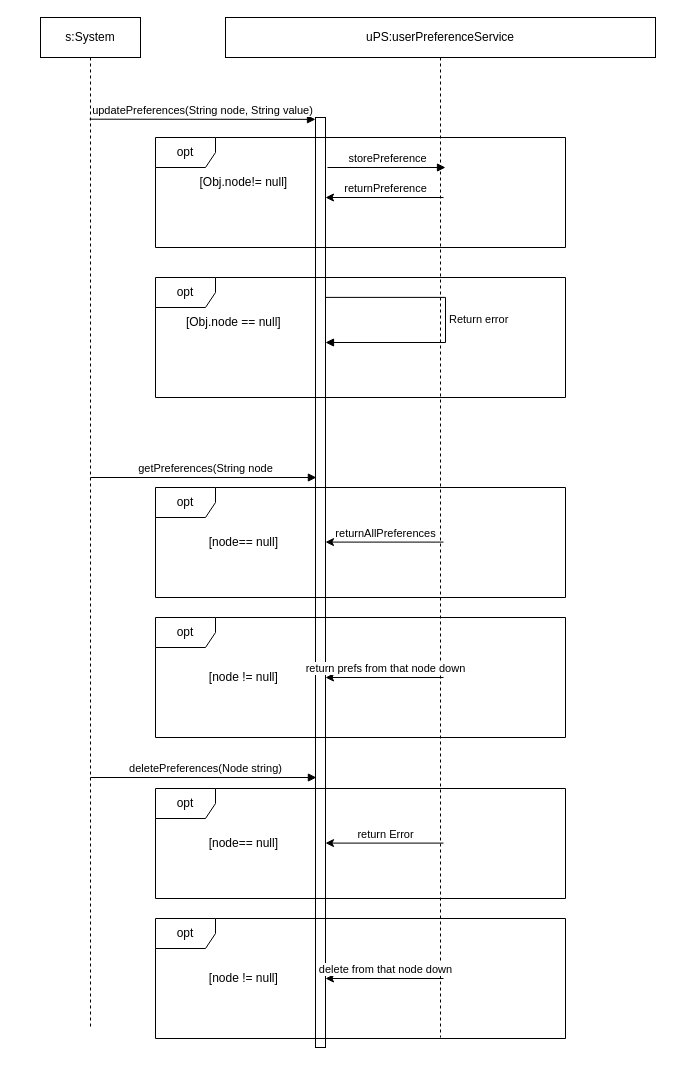
This is page "Sequence" (5 of 7) of Drawings/User Preference Service/User Preference.drawio from RMSLowside/rmslow, a draw.io file, before an edit. Source tidied: cells renumbered, new cells numbered last; positions are measured from the earlier drawing's top-left corner, leaving out a move shared by most shapes. Both pictures are drawn from the tidied source at 100%, with x=0, y=0 at pixel (40, 17).
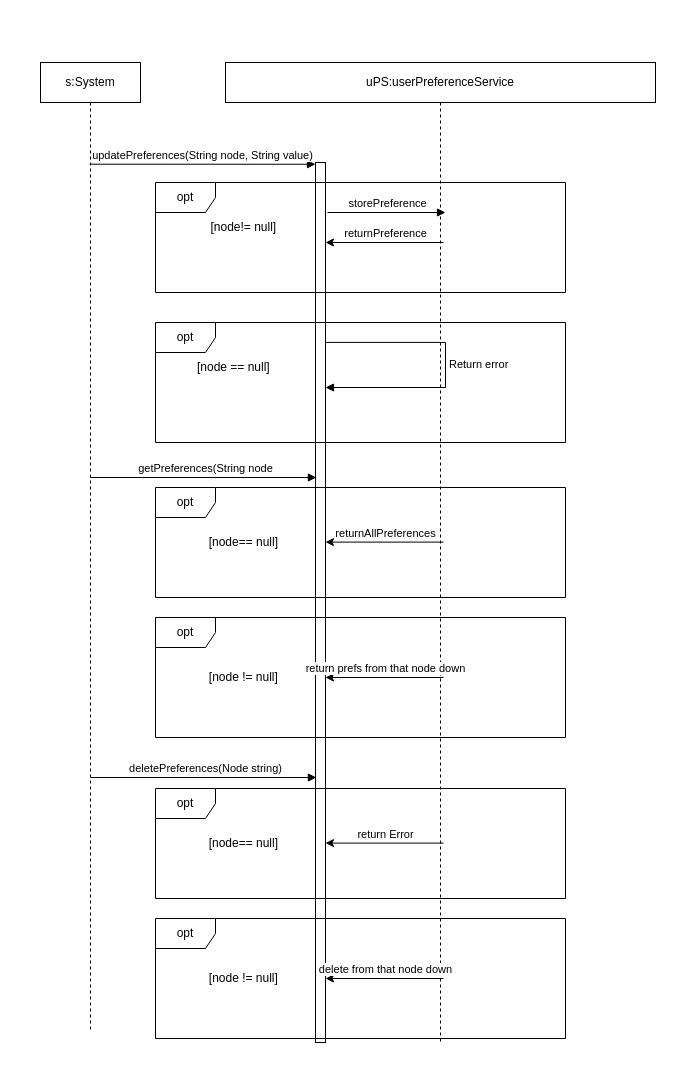
After the change.

What changed in the source:
```diff
@@
     <mxCell id="2" value="uPS:userPreferenceService" style="shape=umlLifeline;perimeter=lifelinePerimeter;whiteSpace=wrap;html=1;size=40;" parent="1" vertex="1">
-      <mxGeometry x="185" width="430" height="1020" as="geometry" />
+      <mxGeometry x="185" y="45" width="430" height="980" as="geometry" />
     </mxCell>
     <mxCell id="3" style="html=1;points=[];perimeter=orthogonalPerimeter;" parent="2" vertex="1">
-      <mxGeometry x="90" y="100" width="10" height="930" as="geometry" />
+      <mxGeometry x="90" y="100" width="10" height="880" as="geometry" />
     </mxCell>
     <mxCell id="4" value="s:System" style="shape=umlLifeline;perimeter=lifelinePerimeter;whiteSpace=wrap;html=1;" parent="1" vertex="1">
-      <mxGeometry width="100" height="1010" as="geometry" />
+      <mxGeometry y="45" width="100" height="970" as="geometry" />
     </mxCell>
     <mxCell id="5" value="updatePreferences(String node, String value)" style="html=1;verticalAlign=bottom;endArrow=block;entryX=0;entryY=0.002;entryDx=0;entryDy=0;entryPerimeter=0;" parent="1" edge="1" target="3">
       <mxGeometry relative="1" as="geometry">
-        <mxPoint x="49.1" y="101.7" as="sourcePoint" />
+        <mxPoint x="49.1" y="146.7" as="sourcePoint" />
       </mxGeometry>
     </mxCell>
     <mxCell id="6" value="Return error" style="edgeStyle=orthogonalEdgeStyle;html=1;align=left;spacingLeft=2;endArrow=block;rounded=0;fontFamily=Helvetica;exitX=1.038;exitY=0.411;exitDx=0;exitDy=0;exitPerimeter=0;" parent="1" edge="1">
       <mxGeometry relative="1" as="geometry">
-        <mxPoint x="285.4" y="279.9" as="sourcePoint" />
-        <mxPoint x="285" y="325" as="targetPoint" />
+        <mxPoint x="285.4" y="324.9" as="sourcePoint" />
+        <mxPoint x="285" y="370" as="targetPoint" />
         <Array as="points">
-          <mxPoint x="405" y="280" />
           <mxPoint x="405" y="325" />
+          <mxPoint x="405" y="370" />
         </Array>
       </mxGeometry>
     </mxCell>
-    <mxCell id="7" value="[Obj.node == null]&amp;nbsp;" style="text;html=1;strokeColor=none;fillColor=none;align=center;verticalAlign=middle;whiteSpace=wrap;rounded=0;fontFamily=Helvetica;" parent="1" vertex="1">
-      <mxGeometry x="135" y="290" width="120" height="30" as="geometry" />
+    <mxCell id="7" value="&lt;div&gt;[node == null]&amp;nbsp;&lt;/div&gt;" style="text;html=1;strokeColor=none;fillColor=none;align=center;verticalAlign=middle;whiteSpace=wrap;rounded=0;fontFamily=Helvetica;" parent="1" vertex="1">
+      <mxGeometry x="135" y="335" width="120" height="30" as="geometry" />
     </mxCell>
     <mxCell id="8" value="opt" style="shape=umlFrame;whiteSpace=wrap;html=1;fontFamily=Helvetica;" parent="1" vertex="1">
-      <mxGeometry x="115" y="120" width="410" height="110" as="geometry" />
+      <mxGeometry x="115" y="165" width="410" height="110" as="geometry" />
     </mxCell>
@@
     <mxCell id="10" value="opt" style="shape=umlFrame;whiteSpace=wrap;html=1;fontFamily=Helvetica;" parent="1" vertex="1">
-      <mxGeometry x="115" y="260" width="410" height="120" as="geometry" />
+      <mxGeometry x="115" y="305" width="410" height="120" as="geometry" />
     </mxCell>
-    <mxCell id="11" value="[Obj.node!= null]&amp;nbsp;" style="text;html=1;strokeColor=none;fillColor=none;align=center;verticalAlign=middle;whiteSpace=wrap;rounded=0;fontFamily=Helvetica;" parent="1" vertex="1">
-      <mxGeometry x="145" y="150" width="120" height="30" as="geometry" />
+    <mxCell id="11" value="[node!= null]&amp;nbsp;" style="text;html=1;strokeColor=none;fillColor=none;align=center;verticalAlign=middle;whiteSpace=wrap;rounded=0;fontFamily=Helvetica;" parent="1" vertex="1">
+      <mxGeometry x="145" y="195" width="120" height="30" as="geometry" />
     </mxCell>
     <mxCell id="12" value="storePreference" style="html=1;verticalAlign=bottom;endArrow=block;" parent="1" edge="1">
       <mxGeometry x="0.02" relative="1" as="geometry">
-        <mxPoint x="287" y="150" as="sourcePoint" />
-        <mxPoint x="405" y="150" as="targetPoint" />
+        <mxPoint x="287" y="195" as="sourcePoint" />
+        <mxPoint x="405" y="195" as="targetPoint" />
       </mxGeometry>
     </mxCell>
     <mxCell id="13" value="returnPreference" style="html=1;verticalAlign=bottom;endArrow=none;startArrow=classic;startFill=1;endFill=0;" parent="1" edge="1">
       <mxGeometry x="0.02" relative="1" as="geometry">
-        <mxPoint x="285" y="180" as="sourcePoint" />
-        <mxPoint x="403" y="180" as="targetPoint" />
+        <mxPoint x="285" y="225" as="sourcePoint" />
+        <mxPoint x="403" y="225" as="targetPoint" />
       </mxGeometry>
     </mxCell>
```
